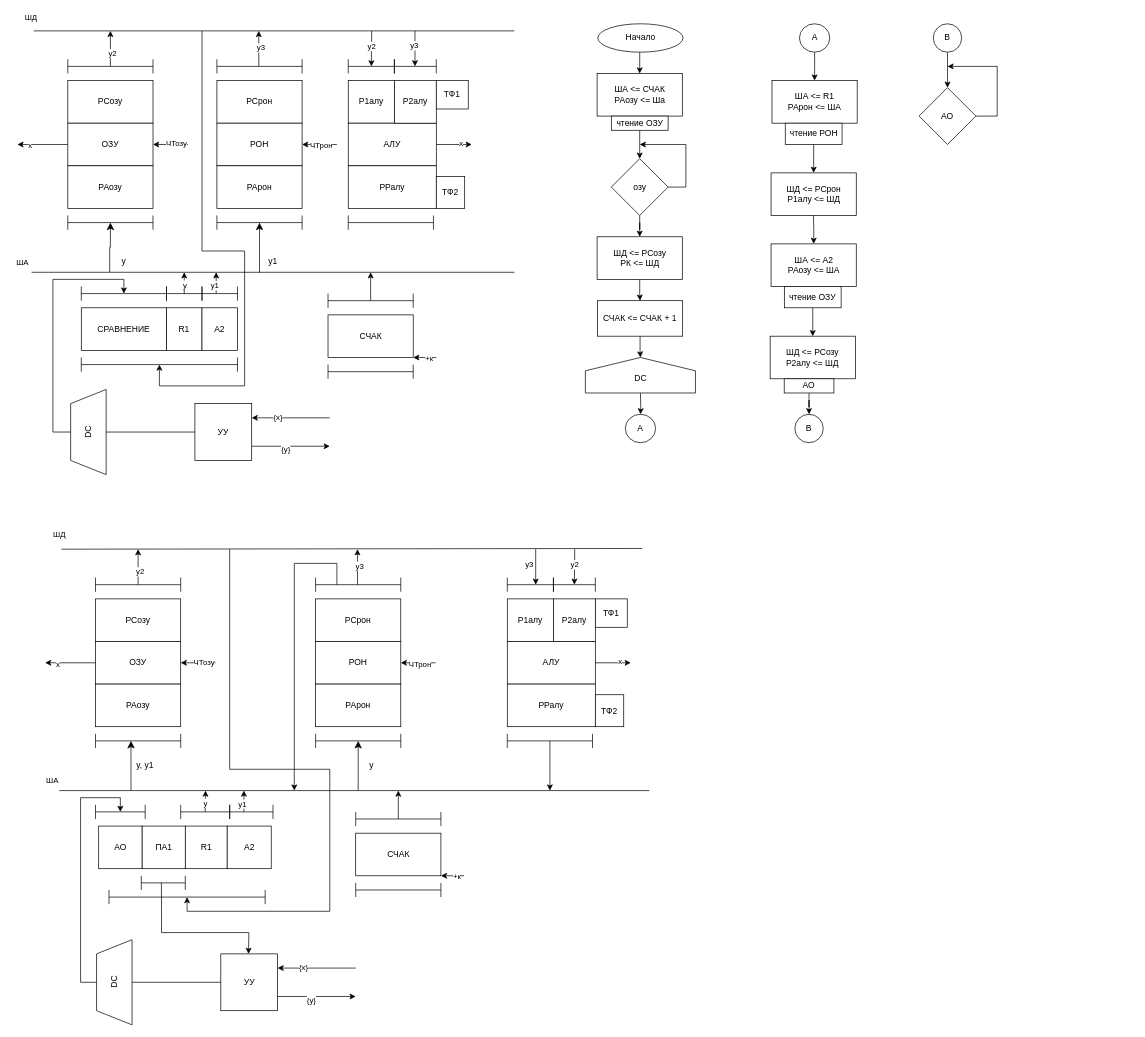
This is Schematics/Untitled Diagram.drawio from Idontlikeni/fourth_semestr, a draw.io file, before an edit. Source tidied: cells renumbered, new cells numbered last; positions are measured from the earlier drawing's top-left corner, leaving out a move shared by most shapes. Both pictures are drawn from the tidied source at 71%, with x=0, y=0 at pixel (17, 23).
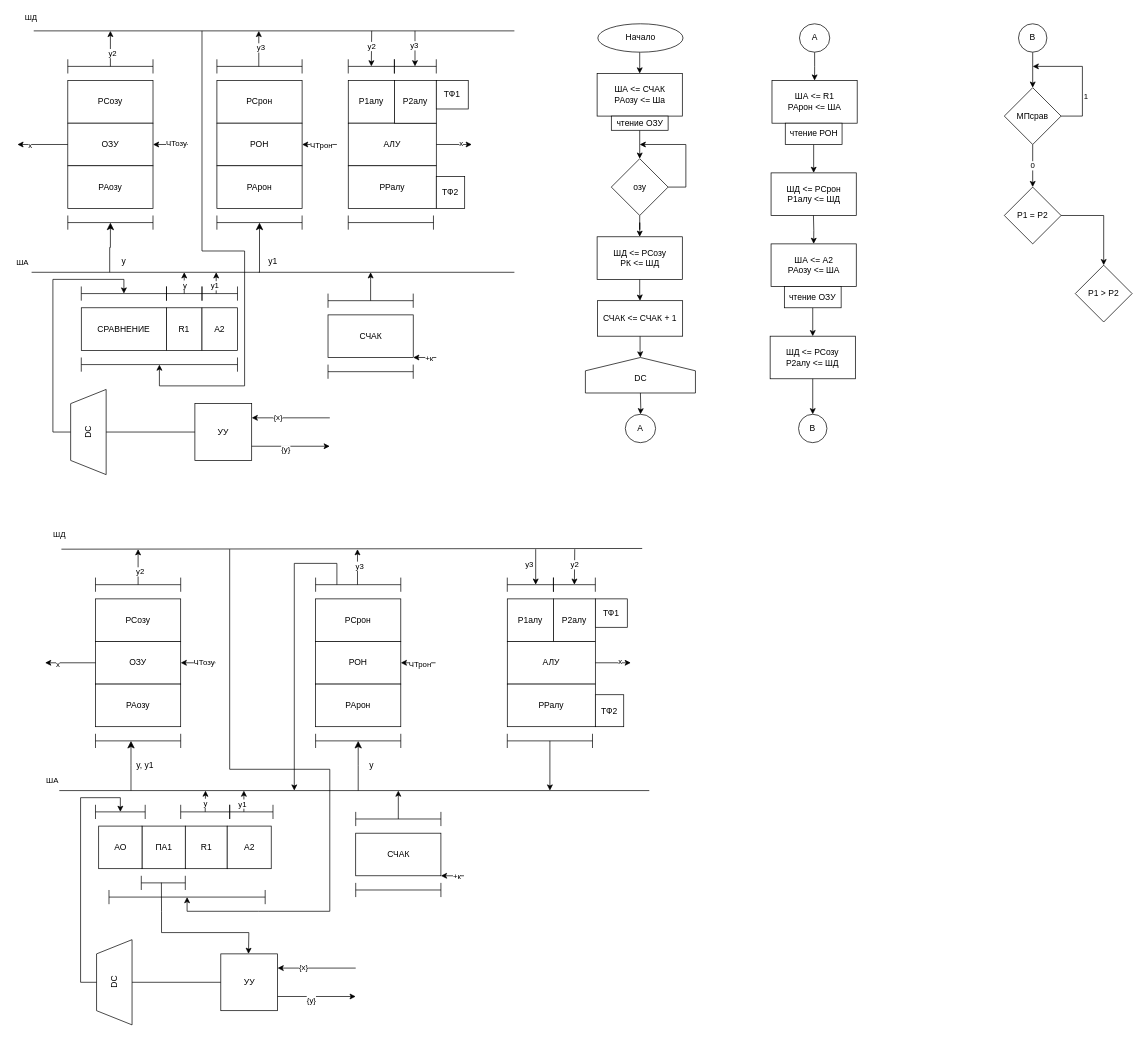
The same diagram, later.

Unchanged cells that the change refers to:
```xml
<mxCell id="171" value="&lt;div&gt;ШД &amp;lt;= РСозу&lt;/div&gt;&lt;div&gt;Р2алу &amp;lt;= ШД&lt;/div&gt;" style="whiteSpace=wrap;html=1;rounded=0;" parent="1" vertex="1">
  <mxGeometry x="1060.2" y="440" width="120" height="60" as="geometry" />
</mxCell>
```

Change to the diagram source:
```diff
@@
-    <mxCell id="172" style="edgeStyle=orthogonalEdgeStyle;rounded=0;jettySize=auto;html=1;" parent="1" edge="1" source="173" target="174">
+    <mxCell id="172" style="edgeStyle=orthogonalEdgeStyle;rounded=0;jettySize=auto;html=1;exitX=0.5;exitY=1;exitDx=0;exitDy=0;" parent="1" edge="1" source="171" target="174">
       <mxGeometry relative="1" as="geometry" />
     </mxCell>
-    <mxCell id="173" value="АО" style="rounded=0;whiteSpace=wrap;html=1;" parent="1" vertex="1">
-      <mxGeometry x="1080" y="500" width="70" height="20" as="geometry" />
-    </mxCell>
     <mxCell id="174" value="B" style="ellipse;whiteSpace=wrap;html=1;rounded=0;" parent="1" vertex="1">
-      <mxGeometry x="1095" y="550" width="40" height="40" as="geometry" />
+      <mxGeometry x="1100.2" y="550" width="40" height="40" as="geometry" />
     </mxCell>
@@
     <mxCell id="176" value="B" style="ellipse;whiteSpace=wrap;html=1;rounded=0;" parent="1" vertex="1">
-      <mxGeometry x="1290" width="40" height="40" as="geometry" />
+      <mxGeometry x="1410" width="40" height="40" as="geometry" />
     </mxCell>
+    <mxCell id="179" value="0" style="edgeStyle=orthogonalEdgeStyle;rounded=0;jettySize=auto;html=1;entryX=0.5;entryY=0;entryDx=0;entryDy=0;" parent="1" edge="1" source="177" target="182">
+      <mxGeometry relative="1" as="geometry" />
+    </mxCell>
-    <mxCell id="177" value="АО" style="rhombus;whiteSpace=wrap;html=1;rounded=0;" parent="1" vertex="1">
-      <mxGeometry x="1270" y="90" width="80" height="80" as="geometry" />
+    <mxCell id="177" value="МПсрав" style="rhombus;whiteSpace=wrap;html=1;rounded=0;" parent="1" vertex="1">
+      <mxGeometry x="1390" y="90" width="80" height="80" as="geometry" />
     </mxCell>
     <mxCell id="178" style="endArrow=classic;html=1;rounded=0;exitX=1;exitY=0.5;exitDx=0;exitDy=0;" parent="1" edge="1" source="177">
       <mxGeometry relative="1" as="geometry">
-        <mxPoint x="1310" y="60" as="targetPoint" />
+        <mxPoint x="1430" y="60" as="targetPoint" />
         <Array as="points">
-          <mxPoint x="1380" y="130" />
-          <mxPoint x="1380" y="60" />
+          <mxPoint x="1500" y="130" />
+          <mxPoint x="1500" y="60" />
         </Array>
       </mxGeometry>
     </mxCell>
+    <mxCell id="180" value="1" style="edgeLabel;html=1;align=center;verticalAlign=middle;" parent="178" vertex="1">
+      <mxGeometry x="-0.32" y="-4" relative="1" as="geometry" />
+    </mxCell>
+    <mxCell id="181" style="edgeStyle=orthogonalEdgeStyle;rounded=0;jettySize=auto;html=1;" parent="1" edge="1" source="182" target="183">
+      <mxGeometry relative="1" as="geometry" />
+    </mxCell>
+    <mxCell id="182" value="Р1 = Р2" style="rhombus;whiteSpace=wrap;html=1;" parent="1" vertex="1">
+      <mxGeometry x="1390" y="230" width="80" height="80" as="geometry" />
+    </mxCell>
+    <mxCell id="183" value="Р1 &amp;gt; Р2" style="rhombus;whiteSpace=wrap;html=1;" parent="1" vertex="1">
+      <mxGeometry x="1490" y="340" width="80" height="80" as="geometry" />
+    </mxCell>
```
